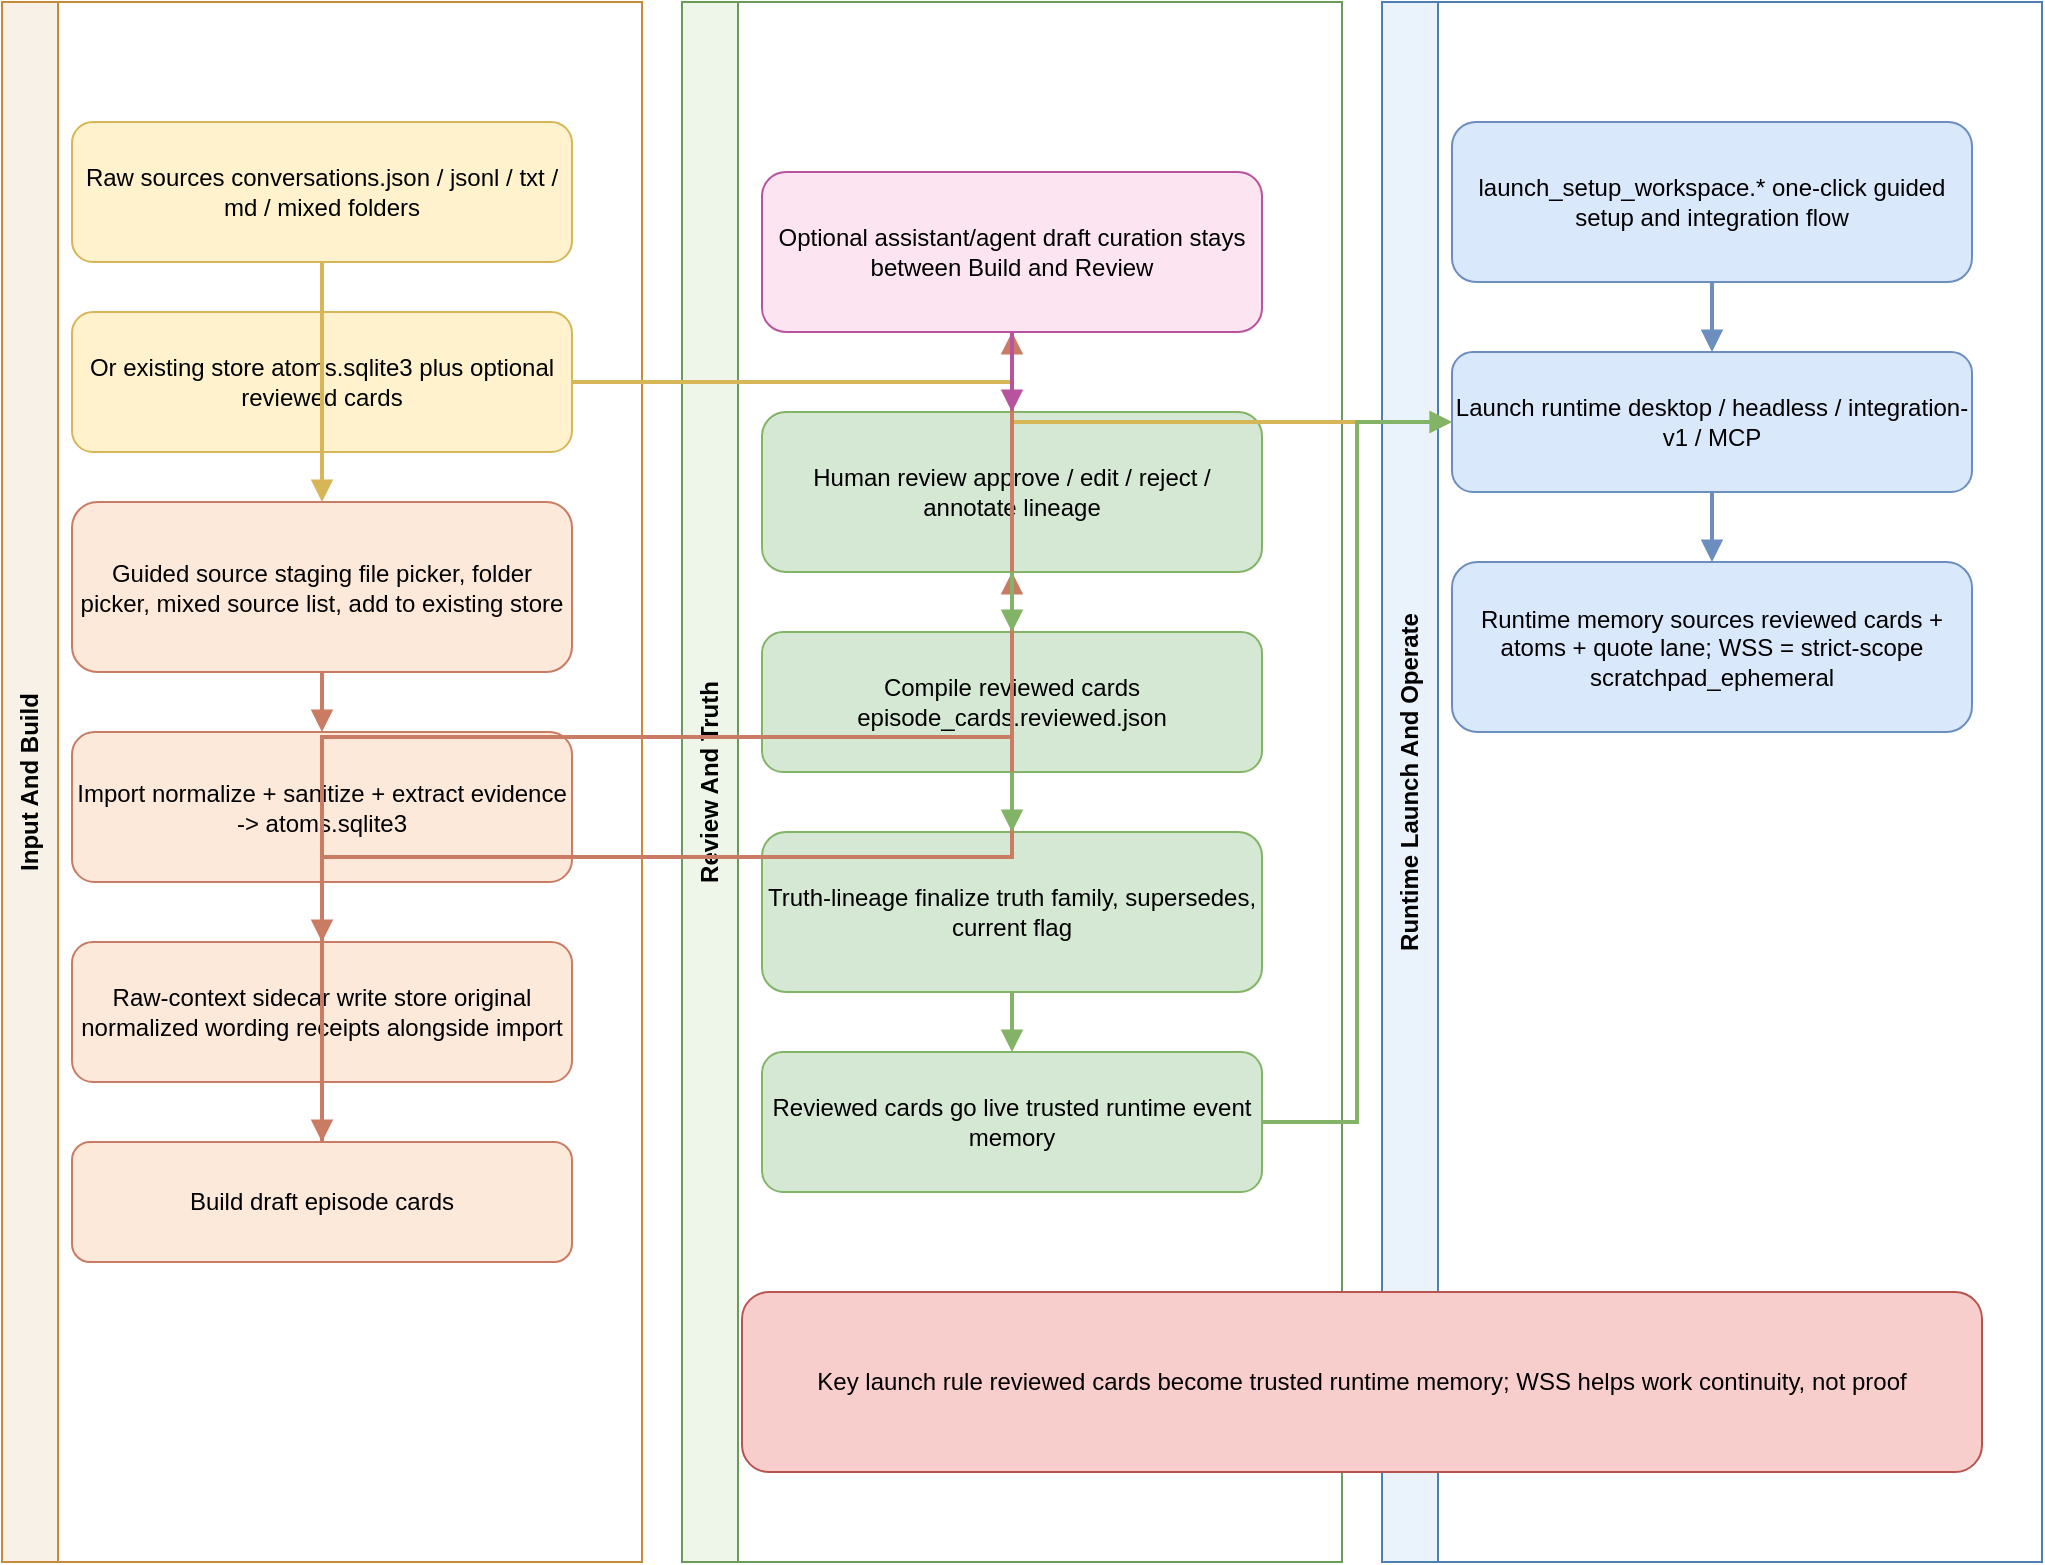
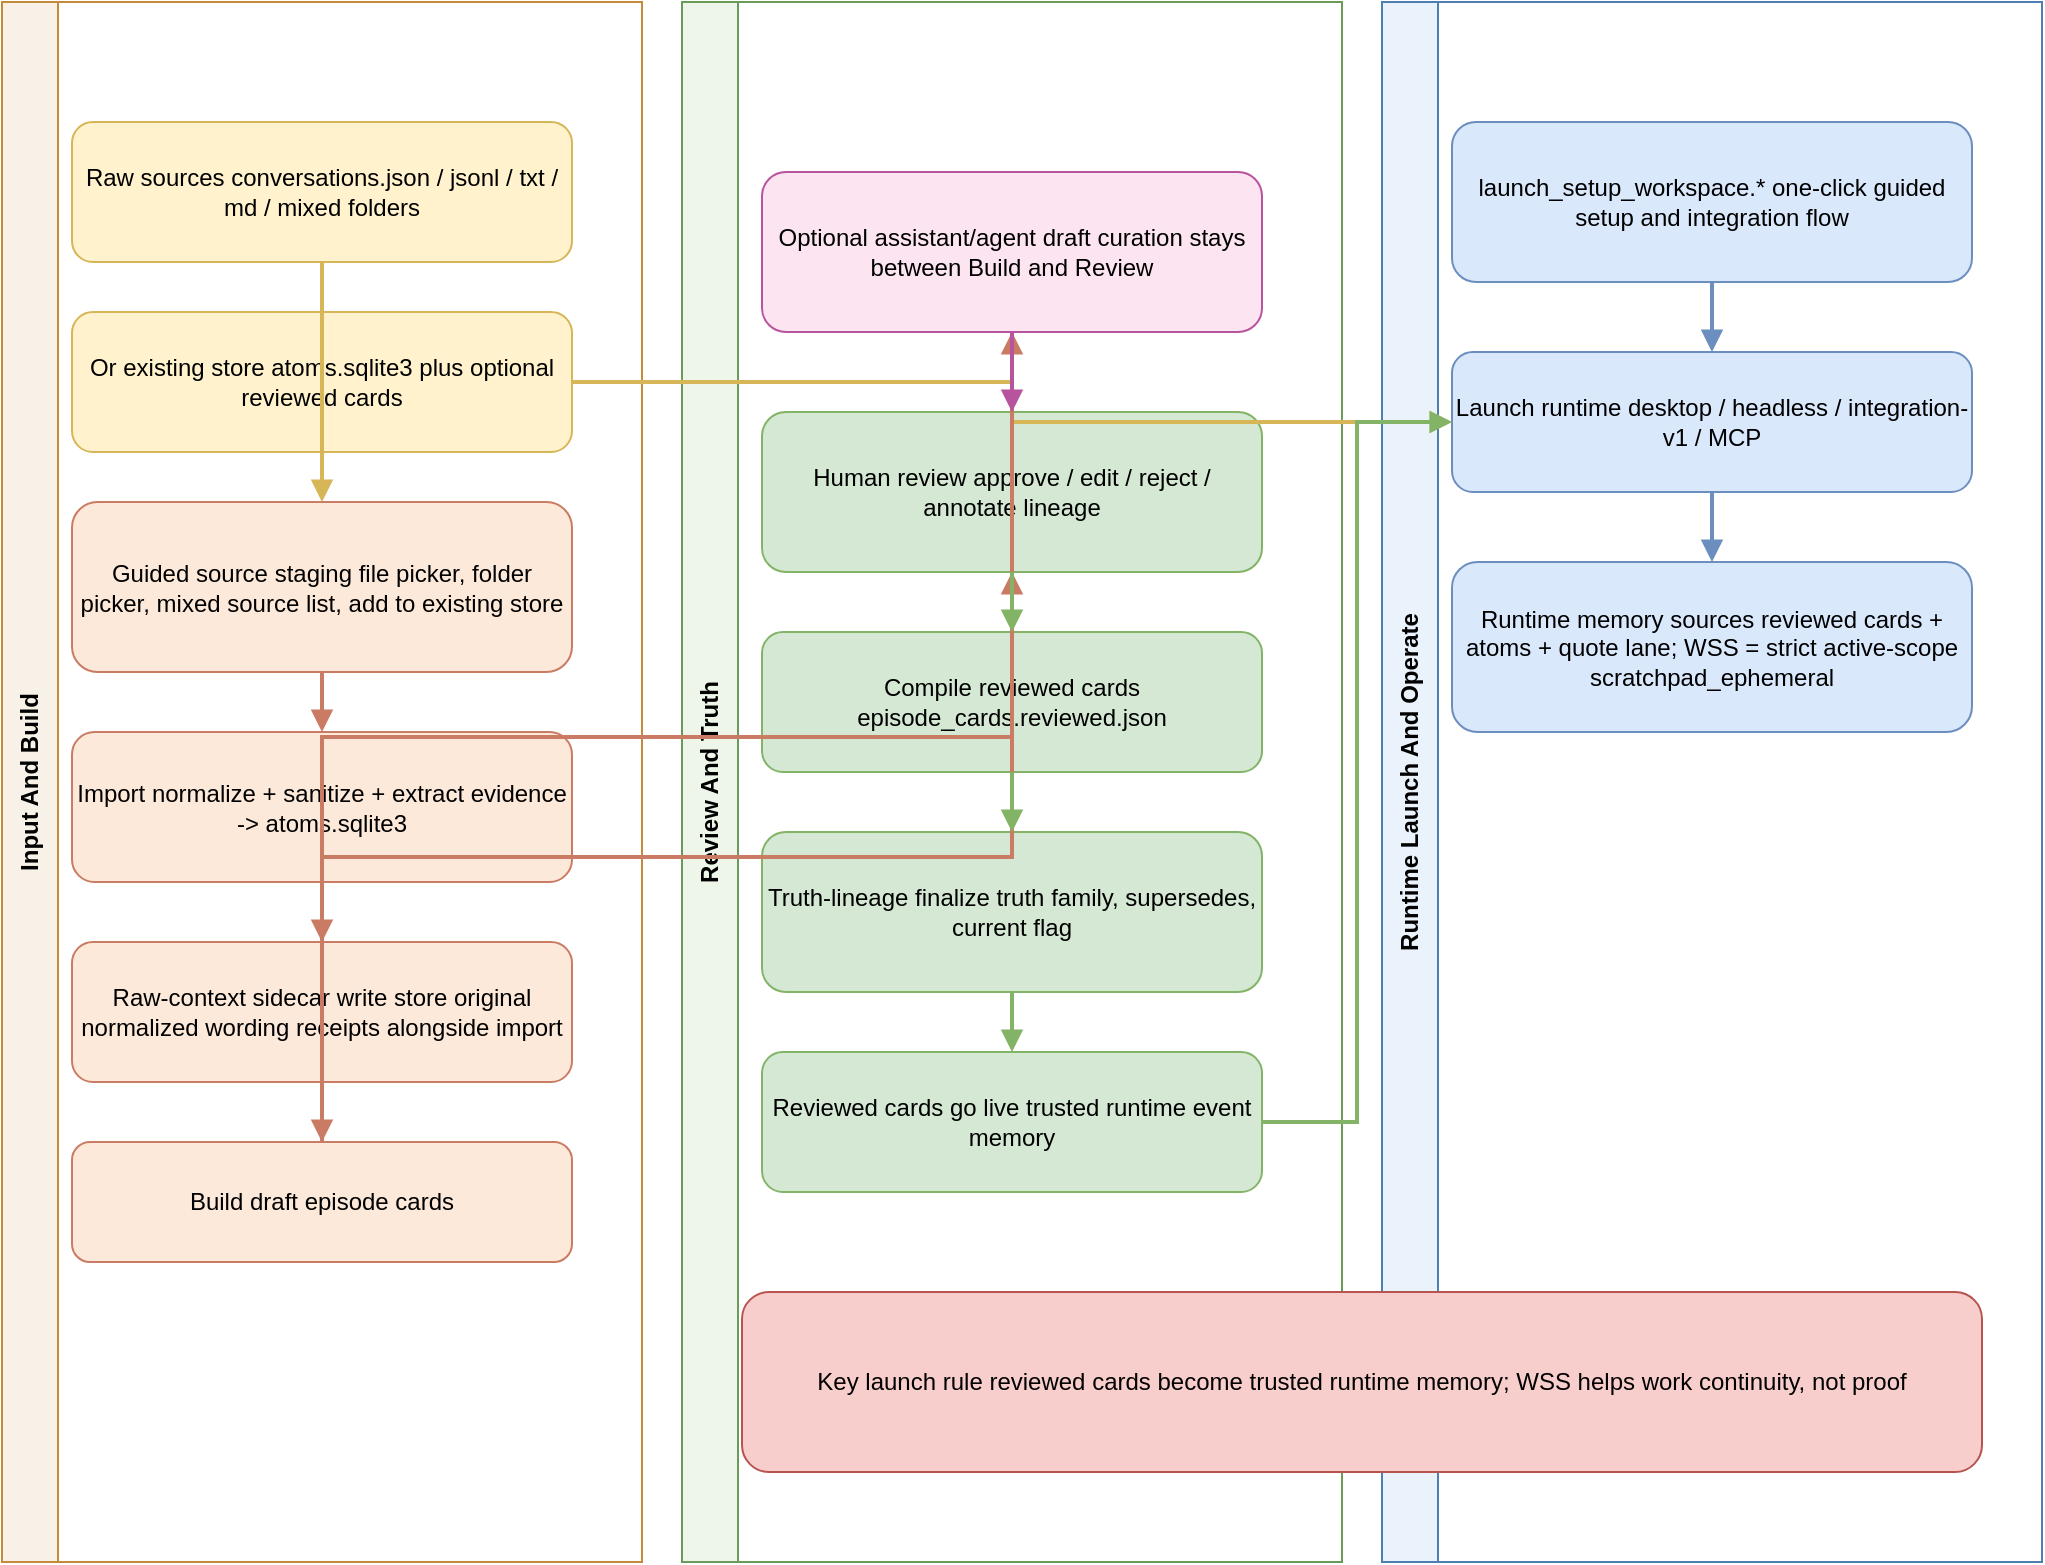
<mxfile host="app.diagrams.net" modified="2026-04-12T23:30:00.000Z" agent="Codex" version="24.7.17">
  <diagram id="launch-pipeline-engineering" name="Engineering Pipeline">
    <mxGraphModel dx="1650" dy="1050" grid="1" gridSize="10" guides="1" tooltips="1" connect="1" arrows="1" fold="1" page="1" pageScale="1" pageWidth="1600" pageHeight="980" math="0" shadow="0">
      <root>
        <mxCell id="0" />
        <mxCell id="1" parent="0" />
        <mxCell id="lane1" value="Input And Build" style="swimlane;whiteSpace=wrap;html=1;rounded=0;horizontal=0;startSize=28;fontStyle=1;fillColor=#f8f1e7;strokeColor=#c58b3a;" vertex="1" parent="1">
          <mxGeometry x="20" y="20" width="320" height="780" as="geometry" />
        </mxCell>
        <mxCell id="lane2" value="Review And Truth" style="swimlane;whiteSpace=wrap;html=1;rounded=0;horizontal=0;startSize=28;fontStyle=1;fillColor=#eef6ea;strokeColor=#6a9b58;" vertex="1" parent="1">
          <mxGeometry x="360" y="20" width="330" height="780" as="geometry" />
        </mxCell>
        <mxCell id="lane3" value="Runtime Launch And Operate" style="swimlane;whiteSpace=wrap;html=1;rounded=0;horizontal=0;startSize=28;fontStyle=1;fillColor=#eaf3fb;strokeColor=#4d7fb3;" vertex="1" parent="1">
          <mxGeometry x="710" y="20" width="330" height="780" as="geometry" />
        </mxCell>
        <mxCell id="l1" value="Raw sources&amp;#10;conversations.json / jsonl / txt / md / mixed folders" style="rounded=1;whiteSpace=wrap;html=1;fillColor=#fff2cc;strokeColor=#d6b656;" vertex="1" parent="1">
          <mxGeometry x="55" y="80" width="250" height="70" as="geometry" />
        </mxCell>
        <mxCell id="l2" value="Or existing store&amp;#10;atoms.sqlite3 plus optional reviewed cards" style="rounded=1;whiteSpace=wrap;html=1;fillColor=#fff2cc;strokeColor=#d6b656;" vertex="1" parent="1">
          <mxGeometry x="55" y="175" width="250" height="70" as="geometry" />
        </mxCell>
        <mxCell id="l3" value="Guided source staging&amp;#10;file picker, folder picker, mixed source list, add to existing store" style="rounded=1;whiteSpace=wrap;html=1;fillColor=#fde9d9;strokeColor=#c97b63;" vertex="1" parent="1">
          <mxGeometry x="55" y="270" width="250" height="85" as="geometry" />
        </mxCell>
        <mxCell id="l4" value="Import&amp;#10;normalize + sanitize + extract evidence -&amp;gt; atoms.sqlite3" style="rounded=1;whiteSpace=wrap;html=1;fillColor=#fde9d9;strokeColor=#c97b63;" vertex="1" parent="1">
          <mxGeometry x="55" y="385" width="250" height="75" as="geometry" />
        </mxCell>
        <mxCell id="l5" value="Raw-context sidecar write&amp;#10;store original normalized wording receipts alongside import" style="rounded=1;whiteSpace=wrap;html=1;fillColor=#fde9d9;strokeColor=#c97b63;" vertex="1" parent="1">
          <mxGeometry x="55" y="490" width="250" height="70" as="geometry" />
        </mxCell>
        <mxCell id="l6" value="Build draft episode cards" style="rounded=1;whiteSpace=wrap;html=1;fillColor=#fde9d9;strokeColor=#c97b63;" vertex="1" parent="1">
          <mxGeometry x="55" y="590" width="250" height="60" as="geometry" />
        </mxCell>
        <mxCell id="l7" value="Optional assistant/agent draft curation&amp;#10;stays between Build and Review" style="rounded=1;whiteSpace=wrap;html=1;fillColor=#fce5f1;strokeColor=#b8549e;" vertex="1" parent="1">
          <mxGeometry x="400" y="105" width="250" height="80" as="geometry" />
        </mxCell>
        <mxCell id="l8" value="Human review&amp;#10;approve / edit / reject / annotate lineage" style="rounded=1;whiteSpace=wrap;html=1;fillColor=#d5e8d4;strokeColor=#82b366;" vertex="1" parent="1">
          <mxGeometry x="400" y="225" width="250" height="80" as="geometry" />
        </mxCell>
        <mxCell id="l9" value="Compile reviewed cards&amp;#10;episode_cards.reviewed.json" style="rounded=1;whiteSpace=wrap;html=1;fillColor=#d5e8d4;strokeColor=#82b366;" vertex="1" parent="1">
          <mxGeometry x="400" y="335" width="250" height="70" as="geometry" />
        </mxCell>
        <mxCell id="l10" value="Truth-lineage finalize&amp;#10;truth family, supersedes, current flag" style="rounded=1;whiteSpace=wrap;html=1;fillColor=#d5e8d4;strokeColor=#82b366;" vertex="1" parent="1">
          <mxGeometry x="400" y="435" width="250" height="80" as="geometry" />
        </mxCell>
        <mxCell id="l11" value="Reviewed cards go live&amp;#10;trusted runtime event memory" style="rounded=1;whiteSpace=wrap;html=1;fillColor=#d5e8d4;strokeColor=#82b366;" vertex="1" parent="1">
          <mxGeometry x="400" y="545" width="250" height="70" as="geometry" />
        </mxCell>
        <mxCell id="l12" value="launch_setup_workspace.*&amp;#10;one-click guided setup and integration flow" style="rounded=1;whiteSpace=wrap;html=1;fillColor=#dae8fc;strokeColor=#6c8ebf;" vertex="1" parent="1">
          <mxGeometry x="745" y="80" width="260" height="80" as="geometry" />
        </mxCell>
        <mxCell id="l13" value="Launch runtime&amp;#10;desktop / headless / integration-v1 / MCP" style="rounded=1;whiteSpace=wrap;html=1;fillColor=#dae8fc;strokeColor=#6c8ebf;" vertex="1" parent="1">
          <mxGeometry x="745" y="195" width="260" height="70" as="geometry" />
        </mxCell>
-         <mxCell id="l14" value="Runtime memory sources&amp;#10;reviewed cards + atoms + quote lane; WSS = strict-scope scratchpad_ephemeral" style="rounded=1;whiteSpace=wrap;html=1;fillColor=#dae8fc;strokeColor=#6c8ebf;" vertex="1" parent="1">
+         <mxCell id="l14" value="Runtime memory sources&amp;#10;reviewed cards + atoms + quote lane; WSS = strict active-scope scratchpad_ephemeral" style="rounded=1;whiteSpace=wrap;html=1;fillColor=#dae8fc;strokeColor=#6c8ebf;" vertex="1" parent="1">
          <mxGeometry x="745" y="300" width="260" height="85" as="geometry" />
        </mxCell>
        <mxCell id="l15" value="Key launch rule&amp;#10;reviewed cards become trusted runtime memory; WSS helps work continuity, not proof" style="rounded=1;whiteSpace=wrap;html=1;fillColor=#f8cecc;strokeColor=#b85450;" vertex="1" parent="1">
          <mxGeometry x="390" y="665" width="620" height="90" as="geometry" />
        </mxCell>
        <mxCell id="e2" edge="1" parent="1" source="l1" target="l3" style="edgeStyle=orthogonalEdgeStyle;orthogonalLoop=1;jettySize=auto;jumpStyle=arc;jumpSize=6;endArrow=block;endFill=1;html=1;rounded=0;strokeWidth=2;strokeColor=#d6b656;entryX=0.5;entryY=0;entryPerimeter=1;exitX=0.5;exitY=1;exitPerimeter=1;">
          <mxGeometry relative="1" as="geometry" />
        </mxCell>
        <mxCell id="e3" edge="1" parent="1" source="l2" target="l13" style="edgeStyle=orthogonalEdgeStyle;orthogonalLoop=1;jettySize=auto;jumpStyle=arc;jumpSize=6;endArrow=block;endFill=1;html=1;rounded=0;strokeWidth=2;strokeColor=#d6b656;entryX=0;entryY=0.5;entryPerimeter=1;exitX=1;exitY=0.5;exitPerimeter=1;">
          <mxGeometry relative="1" as="geometry" />
        </mxCell>
        <mxCell id="e4" edge="1" parent="1" source="l3" target="l4" style="edgeStyle=orthogonalEdgeStyle;orthogonalLoop=1;jettySize=auto;jumpStyle=arc;jumpSize=6;endArrow=block;endFill=1;html=1;rounded=0;strokeWidth=2;strokeColor=#c97b63;entryX=0.5;entryY=0;entryPerimeter=1;exitX=0.5;exitY=1;exitPerimeter=1;">
          <mxGeometry relative="1" as="geometry" />
        </mxCell>
        <mxCell id="e5" edge="1" parent="1" source="l4" target="l5" style="edgeStyle=orthogonalEdgeStyle;orthogonalLoop=1;jettySize=auto;jumpStyle=arc;jumpSize=6;endArrow=block;endFill=1;html=1;rounded=0;strokeWidth=2;strokeColor=#c97b63;entryX=0.5;entryY=0;entryPerimeter=1;exitX=0.5;exitY=1;exitPerimeter=1;">
          <mxGeometry relative="1" as="geometry" />
        </mxCell>
        <mxCell id="e6" edge="1" parent="1" source="l4" target="l6" style="edgeStyle=orthogonalEdgeStyle;orthogonalLoop=1;jettySize=auto;jumpStyle=arc;jumpSize=6;endArrow=block;endFill=1;html=1;rounded=0;strokeWidth=2;strokeColor=#c97b63;entryX=0.5;entryY=0;entryPerimeter=1;exitX=0.5;exitY=1;exitPerimeter=1;">
          <mxGeometry relative="1" as="geometry" />
        </mxCell>
        <mxCell id="e7" edge="1" parent="1" source="l6" target="l7" style="edgeStyle=orthogonalEdgeStyle;orthogonalLoop=1;jettySize=auto;jumpStyle=arc;jumpSize=6;endArrow=block;endFill=1;html=1;rounded=0;strokeWidth=2;strokeColor=#c97b63;entryX=0.5;entryY=1;entryPerimeter=1;exitX=0.5;exitY=0;exitPerimeter=1;">
          <mxGeometry relative="1" as="geometry" />
        </mxCell>
        <mxCell id="e8" edge="1" parent="1" source="l6" target="l8" style="edgeStyle=orthogonalEdgeStyle;orthogonalLoop=1;jettySize=auto;jumpStyle=arc;jumpSize=6;endArrow=block;endFill=1;html=1;rounded=0;strokeWidth=2;strokeColor=#c97b63;entryX=0.5;entryY=1;entryPerimeter=1;exitX=0.5;exitY=0;exitPerimeter=1;">
          <mxGeometry relative="1" as="geometry" />
        </mxCell>
        <mxCell id="e9" edge="1" parent="1" source="l7" target="l8" style="edgeStyle=orthogonalEdgeStyle;orthogonalLoop=1;jettySize=auto;jumpStyle=arc;jumpSize=6;endArrow=block;endFill=1;html=1;rounded=0;strokeWidth=2;strokeColor=#b8549e;entryX=0.5;entryY=0;entryPerimeter=1;exitX=0.5;exitY=1;exitPerimeter=1;">
          <mxGeometry relative="1" as="geometry" />
        </mxCell>
        <mxCell id="e10" edge="1" parent="1" source="l8" target="l9" style="edgeStyle=orthogonalEdgeStyle;orthogonalLoop=1;jettySize=auto;jumpStyle=arc;jumpSize=6;endArrow=block;endFill=1;html=1;rounded=0;strokeWidth=2;strokeColor=#82b366;entryX=0.5;entryY=0;entryPerimeter=1;exitX=0.5;exitY=1;exitPerimeter=1;">
          <mxGeometry relative="1" as="geometry" />
        </mxCell>
        <mxCell id="e11" edge="1" parent="1" source="l9" target="l10" style="edgeStyle=orthogonalEdgeStyle;orthogonalLoop=1;jettySize=auto;jumpStyle=arc;jumpSize=6;endArrow=block;endFill=1;html=1;rounded=0;strokeWidth=2;strokeColor=#82b366;entryX=0.5;entryY=0;entryPerimeter=1;exitX=0.5;exitY=1;exitPerimeter=1;">
          <mxGeometry relative="1" as="geometry" />
        </mxCell>
        <mxCell id="e12" edge="1" parent="1" source="l10" target="l11" style="edgeStyle=orthogonalEdgeStyle;orthogonalLoop=1;jettySize=auto;jumpStyle=arc;jumpSize=6;endArrow=block;endFill=1;html=1;rounded=0;strokeWidth=2;strokeColor=#82b366;entryX=0.5;entryY=0;entryPerimeter=1;exitX=0.5;exitY=1;exitPerimeter=1;">
          <mxGeometry relative="1" as="geometry" />
        </mxCell>
        <mxCell id="e13" edge="1" parent="1" source="l11" target="l13" style="edgeStyle=orthogonalEdgeStyle;orthogonalLoop=1;jettySize=auto;jumpStyle=arc;jumpSize=6;endArrow=block;endFill=1;html=1;rounded=0;strokeWidth=2;strokeColor=#82b366;entryX=0;entryY=0.5;entryPerimeter=1;exitX=1;exitY=0.5;exitPerimeter=1;">
          <mxGeometry relative="1" as="geometry" />
        </mxCell>
        <mxCell id="e14" edge="1" parent="1" source="l12" target="l13" style="edgeStyle=orthogonalEdgeStyle;orthogonalLoop=1;jettySize=auto;jumpStyle=arc;jumpSize=6;endArrow=block;endFill=1;html=1;rounded=0;strokeWidth=2;strokeColor=#6c8ebf;entryX=0.5;entryY=0;entryPerimeter=1;exitX=0.5;exitY=1;exitPerimeter=1;">
          <mxGeometry relative="1" as="geometry" />
        </mxCell>
        <mxCell id="e15" edge="1" parent="1" source="l13" target="l14" style="edgeStyle=orthogonalEdgeStyle;orthogonalLoop=1;jettySize=auto;jumpStyle=arc;jumpSize=6;endArrow=block;endFill=1;html=1;rounded=0;strokeWidth=2;strokeColor=#6c8ebf;entryX=0.5;entryY=0;entryPerimeter=1;exitX=0.5;exitY=1;exitPerimeter=1;">
          <mxGeometry relative="1" as="geometry" />
        </mxCell>
      </root>
    </mxGraphModel>
  </diagram>
  <diagram id="launch-pipeline-caveman" name="Caveman Pipeline">
    <mxGraphModel dx="1450" dy="900" grid="1" gridSize="10" guides="1" tooltips="1" connect="1" arrows="1" fold="1" page="1" pageScale="1" pageWidth="1450" pageHeight="900" math="0" shadow="0">
      <root>
        <mxCell id="0" />
        <mxCell id="1" parent="0" />
        <mxCell id="q1" value="1. Click the starter file or open the app." style="rounded=1;whiteSpace=wrap;html=1;fillColor=#fff2cc;strokeColor=#d6b656;" vertex="1" parent="1">
          <mxGeometry x="60" y="90" width="240" height="70" as="geometry" />
        </mxCell>
        <mxCell id="q2" value="2. Pick files, folders, or an existing store.&amp;#10;You can mix folders and single files." style="rounded=1;whiteSpace=wrap;html=1;fillColor=#fff2cc;strokeColor=#d6b656;" vertex="1" parent="1">
          <mxGeometry x="360" y="90" width="280" height="90" as="geometry" />
        </mxCell>
        <mxCell id="q3" value="3. MNO cleans the pile and makes atoms.&amp;#10;Atoms = small evidence pieces." style="rounded=1;whiteSpace=wrap;html=1;fillColor=#fde9d9;strokeColor=#c97b63;" vertex="1" parent="1">
          <mxGeometry x="700" y="90" width="260" height="90" as="geometry" />
        </mxCell>
        <mxCell id="q4" value="4. MNO also keeps a wording receipt for quote checks." style="rounded=1;whiteSpace=wrap;html=1;fillColor=#fde9d9;strokeColor=#c97b63;" vertex="1" parent="1">
          <mxGeometry x="1020" y="90" width="260" height="80" as="geometry" />
        </mxCell>
        <mxCell id="q5" value="5. MNO builds rough story cards.&amp;#10;Rough = draft, not trusted yet." style="rounded=1;whiteSpace=wrap;html=1;fillColor=#fde9d9;strokeColor=#c97b63;" vertex="1" parent="1">
          <mxGeometry x="160" y="280" width="270" height="90" as="geometry" />
        </mxCell>
        <mxCell id="q6" value="6. Assistant/agent can help clean the draft, but it stays draft-only." style="rounded=1;whiteSpace=wrap;html=1;fillColor=#fce5f1;strokeColor=#b8549e;" vertex="1" parent="1">
          <mxGeometry x="500" y="280" width="310" height="90" as="geometry" />
        </mxCell>
        <mxCell id="q7" value="7. Human decides what becomes trusted memory." style="rounded=1;whiteSpace=wrap;html=1;fillColor=#d5e8d4;strokeColor=#82b366;" vertex="1" parent="1">
          <mxGeometry x="880" y="280" width="280" height="80" as="geometry" />
        </mxCell>
        <mxCell id="q8" value="8. Corrected reviewed cards stay linked so old vs current truth is clearer." style="rounded=1;whiteSpace=wrap;html=1;fillColor=#d5e8d4;strokeColor=#82b366;" vertex="1" parent="1">
          <mxGeometry x="260" y="470" width="360" height="90" as="geometry" />
        </mxCell>
        <mxCell id="q9" value="9. Reviewed memory goes live in the runtime." style="rounded=1;whiteSpace=wrap;html=1;fillColor=#dae8fc;strokeColor=#6c8ebf;" vertex="1" parent="1">
          <mxGeometry x="700" y="470" width="280" height="80" as="geometry" />
        </mxCell>
        <mxCell id="q10" value="Words to know&amp;#10;MCP = Model Context Protocol&amp;#10;ANN = approximate nearest neighbor&amp;#10;WSS = work-session scratchpad" style="rounded=1;whiteSpace=wrap;html=1;fillColor=#e1d5e7;strokeColor=#9673a6;" vertex="1" parent="1">
          <mxGeometry x="480" y="640" width="320" height="90" as="geometry" />
        </mxCell>
        <mxCell id="e2" edge="1" parent="1" source="q1" target="q2" style="edgeStyle=orthogonalEdgeStyle;orthogonalLoop=1;jettySize=auto;jumpStyle=arc;jumpSize=6;endArrow=block;endFill=1;html=1;rounded=0;strokeWidth=2;strokeColor=#d6b656;entryX=0;entryY=0.5;entryPerimeter=1;exitX=1;exitY=0.5;exitPerimeter=1;">
          <mxGeometry relative="1" as="geometry" />
        </mxCell>
        <mxCell id="e3" edge="1" parent="1" source="q2" target="q3" style="edgeStyle=orthogonalEdgeStyle;orthogonalLoop=1;jettySize=auto;jumpStyle=arc;jumpSize=6;endArrow=block;endFill=1;html=1;rounded=0;strokeWidth=2;strokeColor=#d6b656;entryX=0;entryY=0.5;entryPerimeter=1;exitX=1;exitY=0.5;exitPerimeter=1;">
          <mxGeometry relative="1" as="geometry" />
        </mxCell>
        <mxCell id="e4" edge="1" parent="1" source="q3" target="q4" style="edgeStyle=orthogonalEdgeStyle;orthogonalLoop=1;jettySize=auto;jumpStyle=arc;jumpSize=6;endArrow=block;endFill=1;html=1;rounded=0;strokeWidth=2;strokeColor=#c97b63;entryX=0;entryY=0.5;entryPerimeter=1;exitX=1;exitY=0.5;exitPerimeter=1;">
          <mxGeometry relative="1" as="geometry" />
        </mxCell>
        <mxCell id="e5" edge="1" parent="1" source="q3" target="q5" style="edgeStyle=orthogonalEdgeStyle;orthogonalLoop=1;jettySize=auto;jumpStyle=arc;jumpSize=6;endArrow=block;endFill=1;html=1;rounded=0;strokeWidth=2;strokeColor=#c97b63;entryX=1;entryY=0.5;entryPerimeter=1;exitX=0;exitY=0.5;exitPerimeter=1;">
          <mxGeometry relative="1" as="geometry" />
        </mxCell>
        <mxCell id="e6" edge="1" parent="1" source="q5" target="q6" style="edgeStyle=orthogonalEdgeStyle;orthogonalLoop=1;jettySize=auto;jumpStyle=arc;jumpSize=6;endArrow=block;endFill=1;html=1;rounded=0;strokeWidth=2;strokeColor=#c97b63;entryX=0;entryY=0.5;entryPerimeter=1;exitX=1;exitY=0.5;exitPerimeter=1;">
          <mxGeometry relative="1" as="geometry" />
        </mxCell>
        <mxCell id="e7" edge="1" parent="1" source="q6" target="q7" style="edgeStyle=orthogonalEdgeStyle;orthogonalLoop=1;jettySize=auto;jumpStyle=arc;jumpSize=6;endArrow=block;endFill=1;html=1;rounded=0;strokeWidth=2;strokeColor=#b8549e;entryX=0;entryY=0.5;entryPerimeter=1;exitX=1;exitY=0.5;exitPerimeter=1;">
          <mxGeometry relative="1" as="geometry" />
        </mxCell>
        <mxCell id="e8" edge="1" parent="1" source="q7" target="q8" style="edgeStyle=orthogonalEdgeStyle;orthogonalLoop=1;jettySize=auto;jumpStyle=arc;jumpSize=6;endArrow=block;endFill=1;html=1;rounded=0;strokeWidth=2;strokeColor=#82b366;entryX=1;entryY=0.5;entryPerimeter=1;exitX=0;exitY=0.5;exitPerimeter=1;">
          <mxGeometry relative="1" as="geometry" />
        </mxCell>
        <mxCell id="e9" edge="1" parent="1" source="q8" target="q9" style="edgeStyle=orthogonalEdgeStyle;orthogonalLoop=1;jettySize=auto;jumpStyle=arc;jumpSize=6;endArrow=block;endFill=1;html=1;rounded=0;strokeWidth=2;strokeColor=#82b366;entryX=0;entryY=0.5;entryPerimeter=1;exitX=1;exitY=0.5;exitPerimeter=1;">
          <mxGeometry relative="1" as="geometry" />
        </mxCell>
      </root>
    </mxGraphModel>
  </diagram>
</mxfile>
